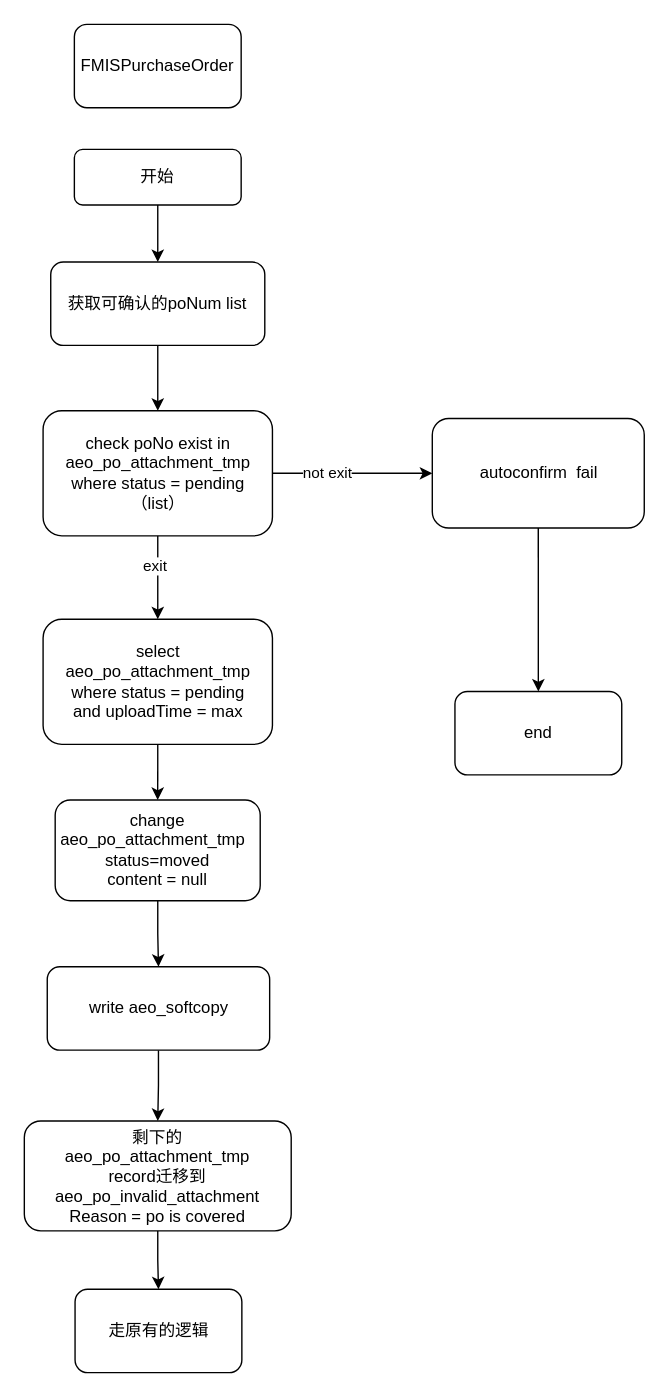
Before: FMISPurchaseOrder.drawio in 1119132473/doc, a draw.io diagram. Source tidied: cells renumbered, new cells numbered last; positions are measured from the earlier drawing's top-left corner, leaving out a move shared by most shapes. Both pictures are drawn from the tidied source at 139%, with x=0, y=0 at pixel (24, 24).
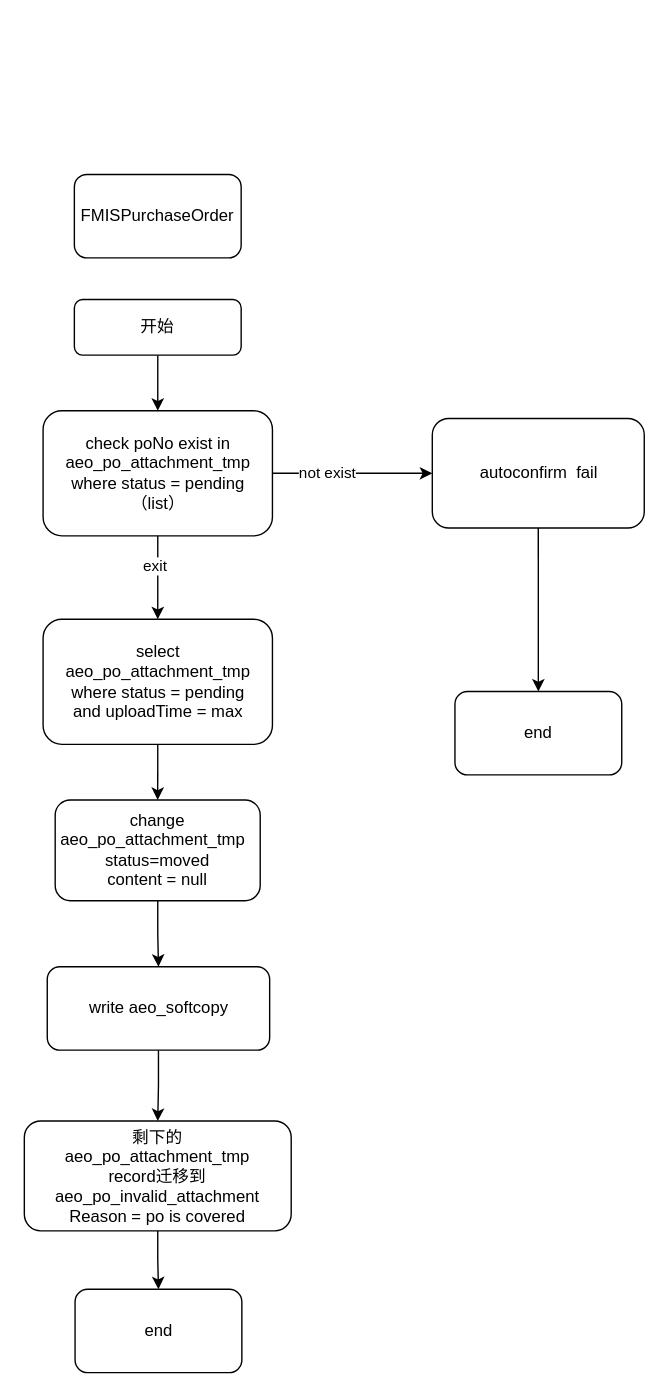
After the change.

Unchanged cells that the change refers to:
```xml
<mxCell id="5" style="edgeStyle=orthogonalEdgeStyle;rounded=0;jettySize=auto;html=1;entryX=0;entryY=0.5;entryDx=0;entryDy=0;" parent="1" edge="1" source="9" target="11">
  <mxGeometry relative="1" as="geometry" />
</mxCell>
<mxCell id="9" value="&lt;div&gt;check poNo exist in aeo_po_attachment_tmp&lt;/div&gt;&lt;div&gt;where status = pending&lt;/div&gt;&lt;div&gt;（list）&lt;br&gt;&lt;/div&gt;" style="rounded=1;whiteSpace=wrap;html=1;" parent="1" vertex="1">
  <mxGeometry x="13.5" y="278" width="165" height="90" as="geometry" />
</mxCell>
```

What changed in the source:
```diff
@@
-    <mxCell id="2" style="edgeStyle=orthogonalEdgeStyle;rounded=0;jettySize=auto;html=1;exitX=0.5;exitY=1;exitDx=0;exitDy=0;entryX=0.5;entryY=0;entryDx=0;entryDy=0;" parent="1" edge="1" source="3" target="22">
-      <mxGeometry relative="1" as="geometry" />
-    </mxCell>
+    <mxCell id="24" style="edgeStyle=orthogonalEdgeStyle;rounded=0;jettySize=auto;html=1;exitX=0.5;exitY=1;exitDx=0;exitDy=0;entryX=0.5;entryY=0;entryDx=0;entryDy=0;" parent="1" edge="1" source="3" target="9">
+      <mxGeometry relative="1" as="geometry" />
+    </mxCell>
     <mxCell id="3" value="开始" style="rounded=1;whiteSpace=wrap;html=1;fontSize=12;glass=0;strokeWidth=1;shadow=0;" parent="1" vertex="1">
-      <mxGeometry x="36" y="90" width="120" height="40" as="geometry" />
+      <mxGeometry x="36" y="198" width="120" height="40" as="geometry" />
     </mxCell>
     <mxCell id="4" value="FMISPurchaseOrder" style="rounded=1;whiteSpace=wrap;html=1;" parent="1" vertex="1">
-      <mxGeometry x="36" width="120" height="60" as="geometry" />
+      <mxGeometry x="36" y="108" width="120" height="60" as="geometry" />
     </mxCell>
@@
-    <mxCell id="6" value="not exit" style="edgeLabel;html=1;align=center;verticalAlign=middle;" parent="5" vertex="1">
+    <mxCell id="6" value="not exist" style="edgeLabel;html=1;align=center;verticalAlign=middle;" parent="5" vertex="1">
       <mxGeometry x="-0.32" y="2" relative="1" as="geometry">
         <mxPoint y="1" as="offset" />
       </mxGeometry>
     </mxCell>
@@
-    <mxCell id="21" style="edgeStyle=orthogonalEdgeStyle;rounded=0;jettySize=auto;html=1;exitX=0.5;exitY=1;exitDx=0;exitDy=0;entryX=0.5;entryY=0;entryDx=0;entryDy=0;" parent="1" edge="1" source="22" target="9">
-      <mxGeometry relative="1" as="geometry" />
-    </mxCell>
-    <mxCell id="22" value="获取可确认的poNum list" style="rounded=1;whiteSpace=wrap;html=1;" parent="1" vertex="1">
-      <mxGeometry x="19" y="171" width="154" height="60" as="geometry" />
-    </mxCell>
-    <mxCell id="23" value="走原有的逻辑" style="whiteSpace=wrap;html=1;rounded=1;" parent="1" vertex="1">
+    <mxCell id="23" value="end" style="whiteSpace=wrap;html=1;rounded=1;" parent="1" vertex="1">
       <mxGeometry x="36.5" y="910" width="120" height="60" as="geometry" />
     </mxCell>
```
